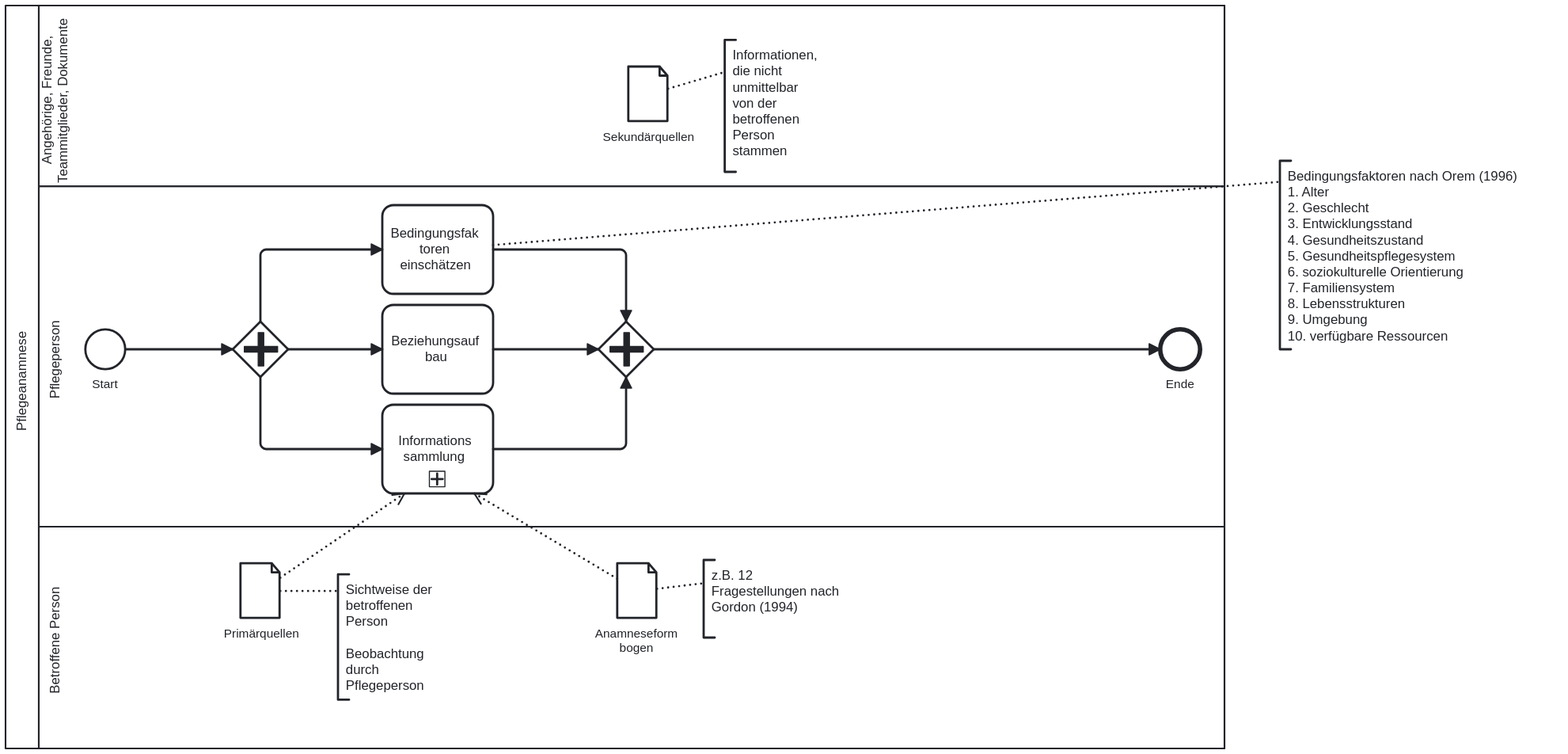
This is 1_Pflegeanamnese.svg from dkonrad29/healthcare-processes, a BPMN export, as it was before one commit. Its source is kept beside it as 1_Pflegeanamnese.bpmn. Ids are renumbered.
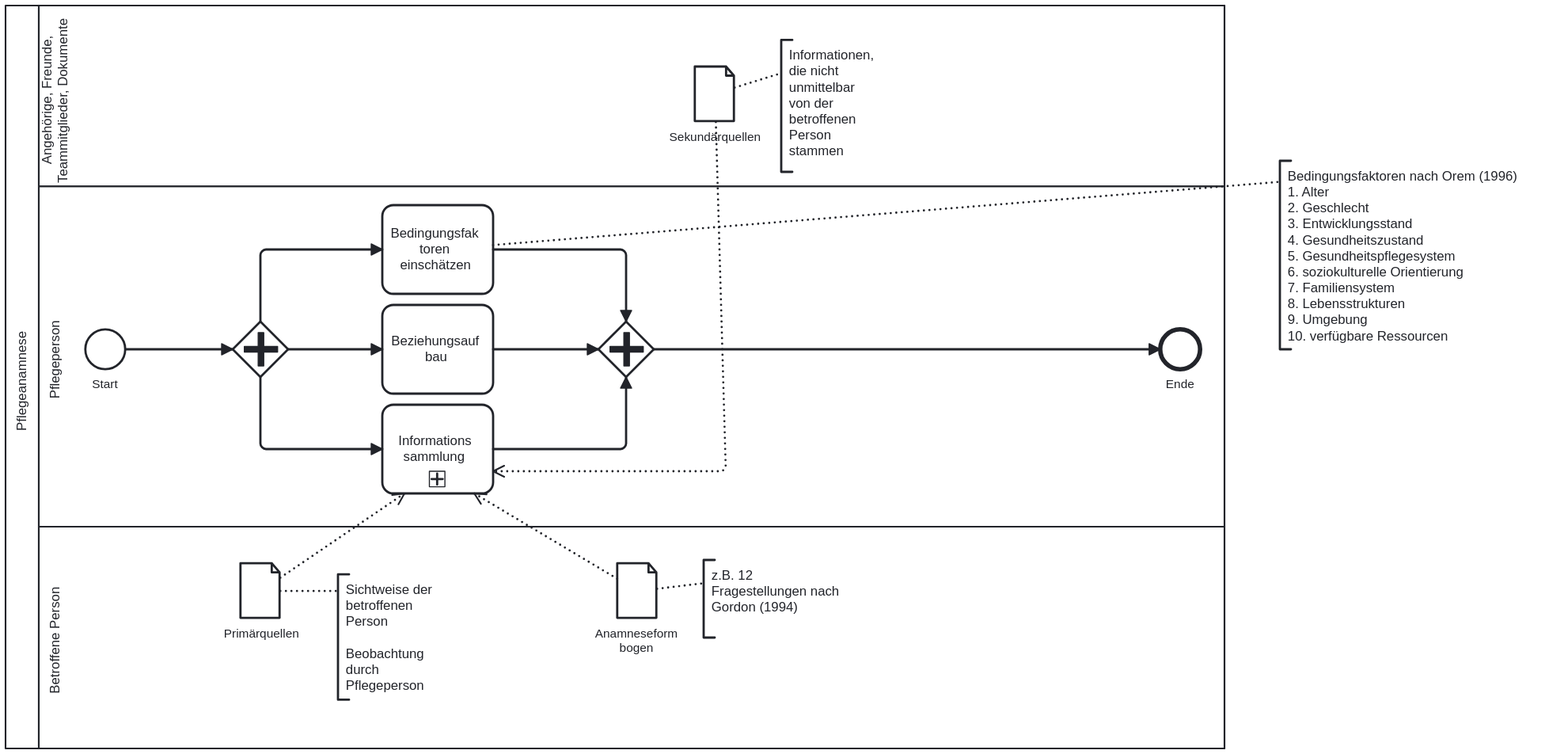
After the change.

Change to the diagram source:
```diff
@@ -1,4 +1,4 @@
-<definitions xmlns="http://www.omg.org/spec/BPMN/20100524/MODEL" xmlns:bpmndi="http://www.omg.org/spec/BPMN/20100524/DI" xmlns:omgdi="http://www.omg.org/spec/DD/20100524/DI" xmlns:omgdc="http://www.omg.org/spec/DD/20100524/DC" xmlns:xsi="http://www.w3.org/2001/XMLSchema-instance" id="sid-38422fae-e03e-43a3-bef4-bd33b32041b2" targetNamespace="http://bpmn.io/bpmn" exporter="bpmn-js (https://demo.bpmn.io)" exporterVersion="17.6.4">
+<definitions xmlns="http://www.omg.org/spec/BPMN/20100524/MODEL" xmlns:bpmndi="http://www.omg.org/spec/BPMN/20100524/DI" xmlns:omgdi="http://www.omg.org/spec/DD/20100524/DI" xmlns:omgdc="http://www.omg.org/spec/DD/20100524/DC" xmlns:xsi="http://www.w3.org/2001/XMLSchema-instance" id="sid-38422fae-e03e-43a3-bef4-bd33b32041b2" targetNamespace="http://bpmn.io/bpmn" exporter="bpmn-js (https://demo.bpmn.io)" exporterVersion="17.7.1">
   <collaboration id="Collaboration_n1">
     <participant id="Participant_n2" name="Pflegeanamnese" processRef="Process_1" />
     <textAnnotation id="TextAnnotation_n3">
@@ -26,9 +26,9 @@
       <text>z.B. 12 Fragestellungen nach Gordon (1994)</text>
     </textAnnotation>
     <association id="Association_n7" associationDirection="None" sourceRef="Activity_n8" targetRef="TextAnnotation_n3" />
-    <association id="Association_n9" associationDirection="None" sourceRef="DataObjectReference_n10" targetRef="TextAnnotation_n4" />
     <association id="Association_n11" associationDirection="None" sourceRef="DataObjectReference_n12" targetRef="TextAnnotation_n5" />
     <association id="Association_n13" associationDirection="None" sourceRef="DataObjectReference_n14" targetRef="TextAnnotation_n6" />
+    <association id="Association_n9" associationDirection="None" sourceRef="DataObjectReference_n10" targetRef="TextAnnotation_n4" />
   </collaboration>
   <process id="Process_1" isExecutable="false">
     <laneSet id="LaneSet_n15">
@@ -70,8 +70,6 @@
       <incoming>Flow_n32</incoming>
       <outgoing>Flow_n26</outgoing>
     </parallelGateway>
-    <dataObjectReference id="DataObjectReference_n10" name="Sekundärquellen" dataObjectRef="DataObject_n33" />
-    <dataObject id="DataObject_n33" />
     <dataObjectReference id="DataObjectReference_n12" name="Primärquellen" dataObjectRef="DataObject_n34" />
     <dataObject id="DataObject_n34" />
     <dataObjectReference id="DataObjectReference_n14" name="Anamneseform&#10;bogen" dataObjectRef="DataObject_n35" />
@@ -88,6 +86,10 @@
         <sourceRef>DataObjectReference_n14</sourceRef>
         <targetRef>Property_n36</targetRef>
       </dataInputAssociation>
+      <dataInputAssociation id="DataInputAssociation_n41">
+        <sourceRef>DataObjectReference_n10</sourceRef>
+        <targetRef>Property_n36</targetRef>
+      </dataInputAssociation>
     </subProcess>
     <sequenceFlow id="Flow_n25" sourceRef="Event_n18" targetRef="Gateway_n20" />
     <sequenceFlow id="Flow_n26" sourceRef="Gateway_n22" targetRef="Event_n19" />
@@ -97,6 +99,8 @@
     <sequenceFlow id="Flow_n30" sourceRef="Activity_n8" targetRef="Gateway_n22" />
     <sequenceFlow id="Flow_n31" sourceRef="Activity_n21" targetRef="Gateway_n22" />
     <sequenceFlow id="Flow_n32" sourceRef="Activity_n23" targetRef="Gateway_n22" />
+    <dataObjectReference id="DataObjectReference_n10" name="Sekundärquellen" dataObjectRef="DataObject_n33" />
+    <dataObject id="DataObject_n33" />
   </process>
   <bpmndi:BPMNDiagram id="BpmnDiagram_1">
     <bpmndi:BPMNPlane id="BpmnPlane_1" bpmnElement="Collaboration_n1">
@@ -104,16 +108,16 @@
         <omgdc:Bounds x="160" y="80" width="1100" height="670" />
         <bpmndi:BPMNLabel />
       </bpmndi:BPMNShape>
-      <bpmndi:BPMNShape id="Lane_n16_di" bpmnElement="Lane_n16" isHorizontal="true">
-        <omgdc:Bounds x="190" y="80" width="1070" height="163" />
+      <bpmndi:BPMNShape id="Lane_n24_di" bpmnElement="Lane_n24" isHorizontal="true">
+        <omgdc:Bounds x="190" y="550" width="1070" height="200" />
         <bpmndi:BPMNLabel />
       </bpmndi:BPMNShape>
       <bpmndi:BPMNShape id="Lane_n17_di" bpmnElement="Lane_n17" isHorizontal="true">
         <omgdc:Bounds x="190" y="243" width="1070" height="307" />
         <bpmndi:BPMNLabel />
       </bpmndi:BPMNShape>
-      <bpmndi:BPMNShape id="Lane_n24_di" bpmnElement="Lane_n24" isHorizontal="true">
-        <omgdc:Bounds x="190" y="550" width="1070" height="200" />
+      <bpmndi:BPMNShape id="Lane_n16_di" bpmnElement="Lane_n16" isHorizontal="true">
+        <omgdc:Bounds x="190" y="80" width="1070" height="163" />
         <bpmndi:BPMNLabel />
       </bpmndi:BPMNShape>
       <bpmndi:BPMNShape id="Event_n18_di" bpmnElement="Event_n18">
@@ -142,12 +146,6 @@
       <bpmndi:BPMNShape id="Gateway_n22_di" bpmnElement="Gateway_n22">
         <omgdc:Bounds x="695" y="365" width="50" height="50" />
       </bpmndi:BPMNShape>
-      <bpmndi:BPMNShape id="DataObjectReference_n10_di" bpmnElement="DataObjectReference_n10">
-        <omgdc:Bounds x="722" y="135" width="36" height="50" />
-        <bpmndi:BPMNLabel>
-          <omgdc:Bounds x="699" y="192" width="82" height="14" />
-        </bpmndi:BPMNLabel>
-      </bpmndi:BPMNShape>
       <bpmndi:BPMNShape id="DataObjectReference_n12_di" bpmnElement="DataObjectReference_n12">
         <omgdc:Bounds x="372" y="583" width="36" height="50" />
         <bpmndi:BPMNLabel>
@@ -158,6 +156,12 @@
         <omgdc:Bounds x="712" y="583" width="36" height="50" />
         <bpmndi:BPMNLabel>
           <omgdc:Bounds x="692" y="640" width="76" height="27" />
+        </bpmndi:BPMNLabel>
+      </bpmndi:BPMNShape>
+      <bpmndi:BPMNShape id="DataObjectReference_n10_di" bpmnElement="DataObjectReference_n10">
+        <omgdc:Bounds x="782" y="135" width="36" height="50" />
+        <bpmndi:BPMNLabel>
+          <omgdc:Bounds x="759" y="192" width="82" height="14" />
         </bpmndi:BPMNLabel>
       </bpmndi:BPMNShape>
       <bpmndi:BPMNShape id="Activity_n23_di" bpmnElement="Activity_n23">
@@ -200,21 +204,9 @@
         <omgdi:waypoint x="720" y="480" />
         <omgdi:waypoint x="720" y="415" />
       </bpmndi:BPMNEdge>
-      <bpmndi:BPMNEdge id="Association_n7_di" bpmnElement="Association_n7">
-        <omgdi:waypoint x="600" y="296" />
-        <omgdi:waypoint x="1310" y="239" />
-      </bpmndi:BPMNEdge>
-      <bpmndi:BPMNEdge id="Association_n11_di" bpmnElement="Association_n11">
-        <omgdi:waypoint x="408" y="608" />
-        <omgdi:waypoint x="460" y="608" />
-      </bpmndi:BPMNEdge>
-      <bpmndi:BPMNEdge id="Association_n13_di" bpmnElement="Association_n13">
-        <omgdi:waypoint x="748" y="606" />
-        <omgdi:waypoint x="790" y="601" />
-      </bpmndi:BPMNEdge>
       <bpmndi:BPMNEdge id="Association_n9_di" bpmnElement="Association_n9">
-        <omgdi:waypoint x="758" y="155" />
-        <omgdi:waypoint x="809" y="140" />
+        <omgdi:waypoint x="818" y="154" />
+        <omgdi:waypoint x="860" y="141" />
       </bpmndi:BPMNEdge>
       <bpmndi:BPMNShape id="TextAnnotation_n3_di" bpmnElement="TextAnnotation_n3">
         <omgdc:Bounds x="1310" y="220" width="255" height="170" />
@@ -236,8 +228,25 @@
         <omgdi:waypoint x="712" y="597" />
         <omgdi:waypoint x="583" y="520" />
       </bpmndi:BPMNEdge>
+      <bpmndi:BPMNEdge id="Association_n7_di" bpmnElement="Association_n7">
+        <omgdi:waypoint x="600" y="296" />
+        <omgdi:waypoint x="1310" y="239" />
+      </bpmndi:BPMNEdge>
+      <bpmndi:BPMNEdge id="Association_n11_di" bpmnElement="Association_n11">
+        <omgdi:waypoint x="408" y="608" />
+        <omgdi:waypoint x="460" y="608" />
+      </bpmndi:BPMNEdge>
+      <bpmndi:BPMNEdge id="Association_n13_di" bpmnElement="Association_n13">
+        <omgdi:waypoint x="748" y="606" />
+        <omgdi:waypoint x="790" y="601" />
+      </bpmndi:BPMNEdge>
+      <bpmndi:BPMNEdge id="DataInputAssociation_n41_di" bpmnElement="DataInputAssociation_n41">
+        <omgdi:waypoint x="801" y="185" />
+        <omgdi:waypoint x="810" y="500" />
+        <omgdi:waypoint x="600" y="500" />
+      </bpmndi:BPMNEdge>
       <bpmndi:BPMNShape id="TextAnnotation_n4_di" bpmnElement="TextAnnotation_n4">
-        <omgdc:Bounds x="809" y="111" width="100" height="119" />
+        <omgdc:Bounds x="860" y="111" width="100" height="119" />
         <bpmndi:BPMNLabel />
       </bpmndi:BPMNShape>
     </bpmndi:BPMNPlane>
```
